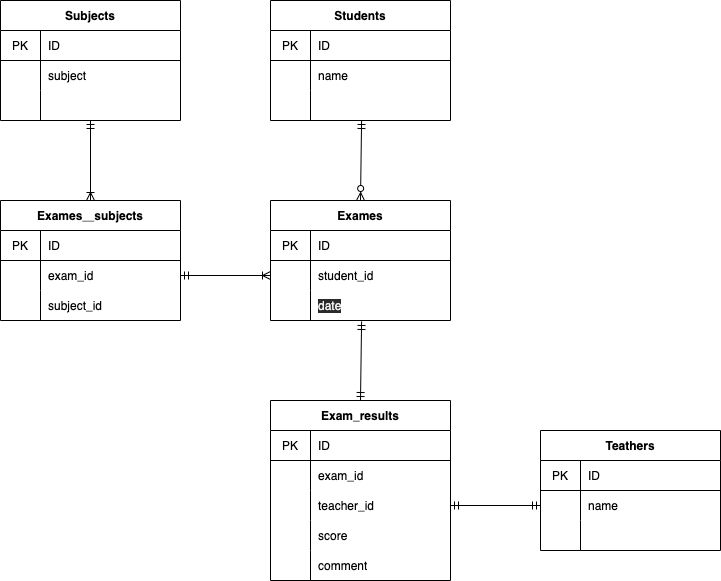
Before: practice.drawio.png, a diagram exported from draw.io (appar377/EP-practice). Source tidied: cells renumbered, new cells last; positions are measured from the earlier drawing's top-left corner, leaving out a move shared by most shapes.
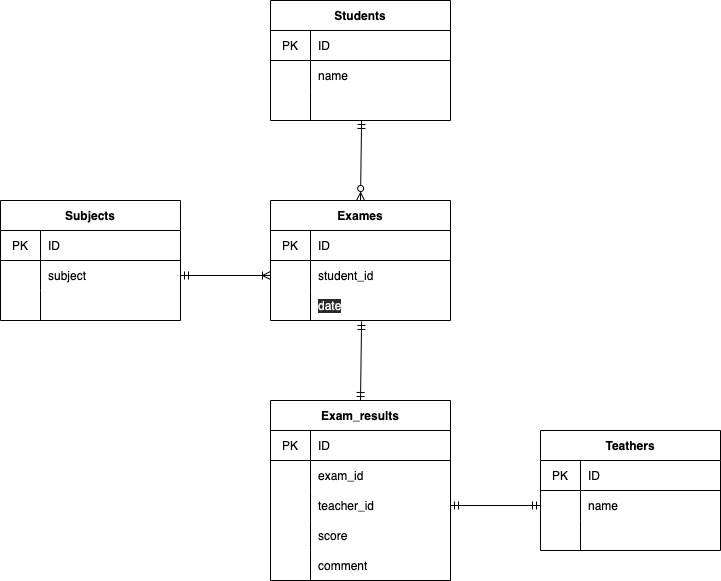
Above is the later version.

What changed in the source:
```diff
@@ -147,7 +147,7 @@
       <mxGeometry relative="1" as="geometry" />
     </mxCell>
     <mxCell id="50" value="Subjects" style="shape=table;startSize=30;rowLines=0;fontStyle=1;align=center;" parent="1" vertex="1">
-      <mxGeometry width="180" height="120" as="geometry" />
+      <mxGeometry y="200" width="180" height="120" as="geometry" />
     </mxCell>
     <mxCell id="51" style="shape=partialRectangle;html=1;whiteSpace=wrap;fillColor=none;top=0;left=0;bottom=1;right=0;" parent="50" vertex="1">
       <mxGeometry y="30" width="180" height="30" as="geometry" />
@@ -184,38 +184,5 @@
     <mxCell id="61" style="endArrow=ERmandOne;html=1;entryX=0;entryY=0.5;entryDx=0;entryDy=0;exitX=1;exitY=0.5;exitDx=0;exitDy=0;endFill=0;startArrow=ERmandOne;startFill=0;" parent="1" edge="1" source="39" target="16">
       <mxGeometry relative="1" as="geometry" />
     </mxCell>
-    <mxCell id="62" value="Exames＿subjects" style="shape=table;startSize=30;rowLines=0;fontStyle=1;align=center;" parent="1" vertex="1">
-      <mxGeometry y="200" width="180" height="120" as="geometry" />
-    </mxCell>
-    <mxCell id="63" style="shape=partialRectangle;html=1;whiteSpace=wrap;fillColor=none;top=0;left=0;bottom=1;right=0;" parent="62" vertex="1">
-      <mxGeometry y="30" width="180" height="30" as="geometry" />
-    </mxCell>
-    <mxCell id="64" value="PK" style="shape=partialRectangle;html=1;whiteSpace=wrap;fillColor=none;top=0;left=0;bottom=0;right=0;overflow=hidden;" parent="63" vertex="1">
-      <mxGeometry width="40" height="30" as="geometry" />
-    </mxCell>
-    <mxCell id="65" value="ID" style="shape=partialRectangle;html=1;whiteSpace=wrap;fillColor=none;top=0;left=0;bottom=0;right=0;align=left;spacingLeft=6;overflow=hidden;" parent="63" vertex="1">
-      <mxGeometry x="40" width="140" height="30" as="geometry" />
-    </mxCell>
-    <mxCell id="66" style="shape=partialRectangle;html=1;whiteSpace=wrap;fillColor=none;top=0;left=0;bottom=0;right=0;" parent="62" vertex="1">
-      <mxGeometry y="60" width="180" height="30" as="geometry" />
-    </mxCell>
-    <mxCell id="67" style="shape=partialRectangle;html=1;whiteSpace=wrap;fillColor=none;top=0;left=0;bottom=0;right=0;overflow=hidden;" parent="66" vertex="1">
-      <mxGeometry width="40" height="30" as="geometry" />
-    </mxCell>
-    <mxCell id="68" value="exam_id" style="shape=partialRectangle;html=1;whiteSpace=wrap;fillColor=none;top=0;left=0;bottom=0;right=0;align=left;spacingLeft=6;overflow=hidden;" parent="66" vertex="1">
-      <mxGeometry x="40" width="140" height="30" as="geometry" />
-    </mxCell>
-    <mxCell id="69" style="shape=partialRectangle;html=1;whiteSpace=wrap;fillColor=none;top=0;left=0;bottom=0;right=0;" parent="62" vertex="1">
-      <mxGeometry y="90" width="180" height="30" as="geometry" />
-    </mxCell>
-    <mxCell id="70" style="shape=partialRectangle;html=1;whiteSpace=wrap;fillColor=none;top=0;left=0;bottom=0;right=0;overflow=hidden;" parent="69" vertex="1">
-      <mxGeometry width="40" height="30" as="geometry" />
-    </mxCell>
-    <mxCell id="71" value="subject_id" style="shape=partialRectangle;html=1;whiteSpace=wrap;fillColor=none;top=0;left=0;bottom=0;right=0;align=left;spacingLeft=6;overflow=hidden;" parent="69" vertex="1">
-      <mxGeometry x="40" width="140" height="30" as="geometry" />
-    </mxCell>
-    <mxCell id="72" style="endArrow=ERmandOne;html=1;entryX=0.5;entryY=1;entryDx=0;entryDy=0;entryPerimeter=0;exitX=0.5;exitY=0;exitDx=0;exitDy=0;endFill=0;startArrow=ERoneToMany;startFill=0;" parent="1" edge="1" source="62" target="57">
-      <mxGeometry relative="1" as="geometry" />
-    </mxCell>
   </root>
 </mxGraphModel>
```
